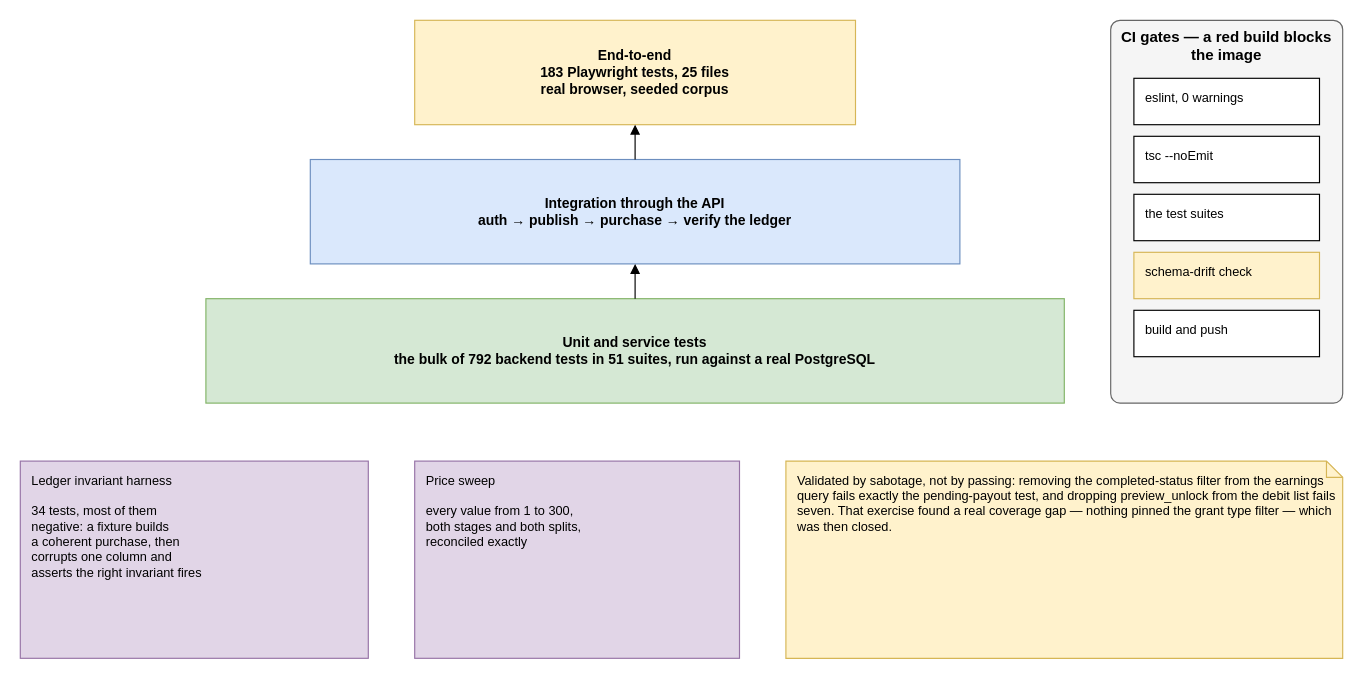
Above: diagrams/fig-6-7-test-strategy/fig-6-7-test-strategy.drawio in inkwell-dev/spec.inkwell.ai (draw.io), before the change. Source tidied: cells renumbered, new cells numbered last; positions are measured from the earlier drawing's top-left corner, leaving out a move shared by most shapes. Both pictures are drawn from the tidied source at 116%, with x=0, y=0 at pixel (20, 20).
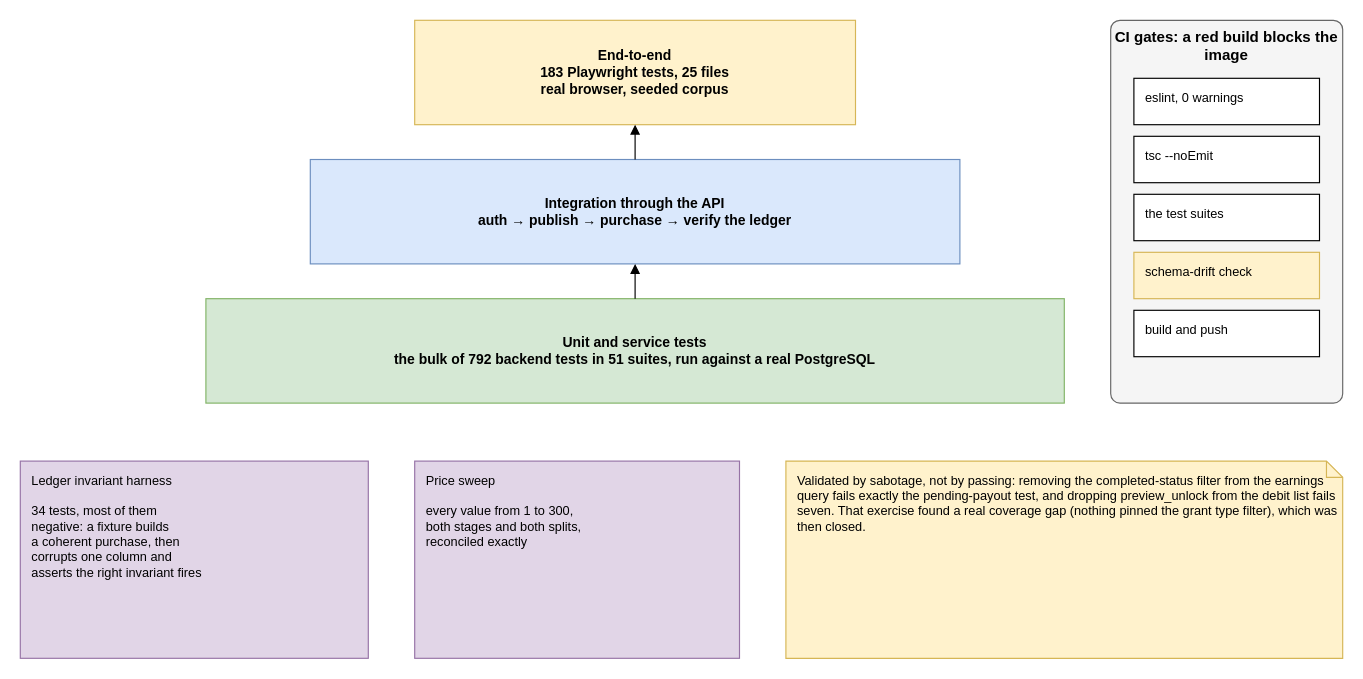
Above is the later version.

What changed in the source:
```diff
@@
 <mxGraphModel>
   <root>
     <mxCell id="0" />
     <mxCell id="1" parent="0" />
     <mxCell id="2" value="End-to-end&lt;br&gt;183 Playwright tests, 25 files&lt;br&gt;real browser, seeded corpus" style="rounded=0;whiteSpace=wrap;html=1;fontStyle=1;fontSize=12;fillColor=#FFF2CC;strokeColor=#D6B656;" parent="1" vertex="1">
       <mxGeometry x="340" width="380" height="90" as="geometry" />
     </mxCell>
     <mxCell id="3" value="Integration through the API&lt;br&gt;auth → publish → purchase → verify the ledger" style="rounded=0;whiteSpace=wrap;html=1;fontStyle=1;fontSize=12;fillColor=#DAE8FC;strokeColor=#6C8EBF;" parent="1" vertex="1">
       <mxGeometry x="250" y="120" width="560" height="90" as="geometry" />
     </mxCell>
     <mxCell id="4" value="Unit and service tests&lt;br&gt;the bulk of 792 backend tests in 51 suites, run against a real PostgreSQL" style="rounded=0;whiteSpace=wrap;html=1;fontStyle=1;fontSize=12;fillColor=#D5E8D4;strokeColor=#82B366;" parent="1" vertex="1">
       <mxGeometry x="160" y="240" width="740" height="90" as="geometry" />
     </mxCell>
     <mxCell id="5" value="Ledger invariant harness&lt;br&gt;&lt;br&gt;34 tests, most of them&lt;br&gt;negative: a fixture builds&lt;br&gt;a coherent purchase, then&lt;br&gt;corrupts one column and&lt;br&gt;asserts the right invariant fires" style="rounded=0;whiteSpace=wrap;html=1;verticalAlign=top;align=left;spacingLeft=8;spacingTop=4;fontSize=11;fillColor=#E1D5E7;strokeColor=#9673A6;" parent="1" vertex="1">
       <mxGeometry y="380" width="300" height="170" as="geometry" />
     </mxCell>
     <mxCell id="6" value="Price sweep&lt;br&gt;&lt;br&gt;every value from 1 to 300,&lt;br&gt;both stages and both splits,&lt;br&gt;reconciled exactly" style="rounded=0;whiteSpace=wrap;html=1;verticalAlign=top;align=left;spacingLeft=8;spacingTop=4;fontSize=11;fillColor=#E1D5E7;strokeColor=#9673A6;" parent="1" vertex="1">
       <mxGeometry x="340" y="380" width="280" height="170" as="geometry" />
     </mxCell>
-    <mxCell id="7" value="CI gates — a red build blocks the image" style="rounded=1;whiteSpace=wrap;html=1;verticalAlign=top;fontStyle=1;fontSize=13;arcSize=4;fillColor=#F5F5F5;strokeColor=#666666;" parent="1" vertex="1">
+    <mxCell id="7" value="CI gates: a red build blocks the image" style="rounded=1;whiteSpace=wrap;html=1;verticalAlign=top;fontStyle=1;fontSize=13;arcSize=4;fillColor=#F5F5F5;strokeColor=#666666;" parent="1" vertex="1">
       <mxGeometry x="940" width="200" height="330" as="geometry" />
     </mxCell>
     <mxCell id="8" value="eslint, 0 warnings" style="rounded=0;whiteSpace=wrap;html=1;verticalAlign=top;align=left;spacingLeft=8;spacingTop=4;fontSize=11;fillColor=#FFFFFF;strokeColor=#000000;" parent="1" vertex="1">
       <mxGeometry x="960" y="50" width="160" height="40" as="geometry" />
     </mxCell>
     <mxCell id="9" value="tsc --noEmit" style="rounded=0;whiteSpace=wrap;html=1;verticalAlign=top;align=left;spacingLeft=8;spacingTop=4;fontSize=11;fillColor=#FFFFFF;strokeColor=#000000;" parent="1" vertex="1">
       <mxGeometry x="960" y="100" width="160" height="40" as="geometry" />
     </mxCell>
     <mxCell id="10" value="the test suites" style="rounded=0;whiteSpace=wrap;html=1;verticalAlign=top;align=left;spacingLeft=8;spacingTop=4;fontSize=11;fillColor=#FFFFFF;strokeColor=#000000;" parent="1" vertex="1">
       <mxGeometry x="960" y="150" width="160" height="40" as="geometry" />
     </mxCell>
     <mxCell id="11" value="schema-drift check" style="rounded=0;whiteSpace=wrap;html=1;verticalAlign=top;align=left;spacingLeft=8;spacingTop=4;fontSize=11;fillColor=#FFF2CC;strokeColor=#D6B656;" parent="1" vertex="1">
       <mxGeometry x="960" y="200" width="160" height="40" as="geometry" />
     </mxCell>
     <mxCell id="12" value="build and push" style="rounded=0;whiteSpace=wrap;html=1;verticalAlign=top;align=left;spacingLeft=8;spacingTop=4;fontSize=11;fillColor=#FFFFFF;strokeColor=#000000;" parent="1" vertex="1">
       <mxGeometry x="960" y="250" width="160" height="40" as="geometry" />
     </mxCell>
-    <mxCell id="13" value="Validated by sabotage, not by passing: removing the completed-status filter from the earnings query fails exactly the pending-payout test, and dropping preview_unlock from the debit list fails seven. That exercise found a real coverage gap — nothing pinned the grant type filter — which was then closed." style="shape=note;whiteSpace=wrap;html=1;size=14;fontSize=11;align=left;verticalAlign=top;spacingLeft=8;spacingTop=4;fillColor=#FFF2CC;strokeColor=#D6B656;" parent="1" vertex="1">
+    <mxCell id="13" value="Validated by sabotage, not by passing: removing the completed-status filter from the earnings query fails exactly the pending-payout test, and dropping preview_unlock from the debit list fails seven. That exercise found a real coverage gap (nothing pinned the grant type filter), which was then closed." style="shape=note;whiteSpace=wrap;html=1;size=14;fontSize=11;align=left;verticalAlign=top;spacingLeft=8;spacingTop=4;fillColor=#FFF2CC;strokeColor=#D6B656;" parent="1" vertex="1">
       <mxGeometry x="660" y="380" width="480" height="170" as="geometry" />
     </mxCell>
     <mxCell id="14" style="edgeStyle=orthogonalEdgeStyle;rounded=0;html=1;endArrow=block;endFill=1;fontSize=10;labelBackgroundColor=#FFFFFF;exitX=0.5;exitY=0;exitDx=0;exitDy=0;entryX=0.5;entryY=1;entryDx=0;entryDy=0;" parent="1" edge="1" source="4" target="3">
       <mxGeometry relative="1" as="geometry" />
     </mxCell>
     <mxCell id="15" style="edgeStyle=orthogonalEdgeStyle;rounded=0;html=1;endArrow=block;endFill=1;fontSize=10;labelBackgroundColor=#FFFFFF;exitX=0.5;exitY=0;exitDx=0;exitDy=0;entryX=0.5;entryY=1;entryDx=0;entryDy=0;" parent="1" edge="1" source="3" target="2">
       <mxGeometry relative="1" as="geometry" />
     </mxCell>
   </root>
 </mxGraphModel>
```
